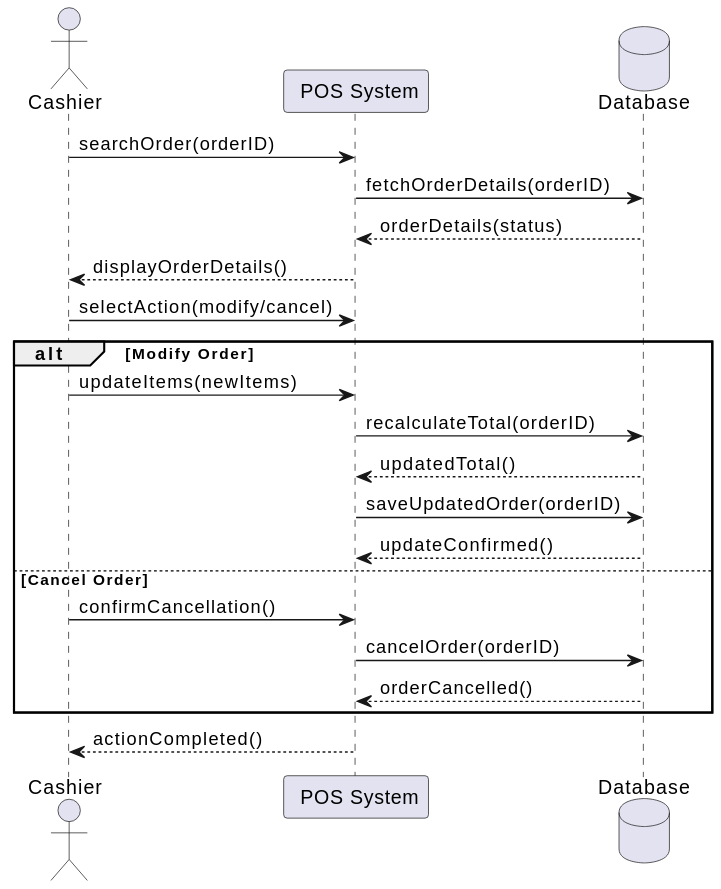
Earlier version of the PlantUML export sds/diagrams/export/sequence-UC-03.svg (seng31242-bkrestaurant-2026/documents). Its diagram source:
```plantuml
@startuml
actor Cashier

participant "️ POS System" as POS
database "️ Database" as DB

Cashier -> POS : searchOrder(orderID)

POS -> DB : fetchOrderDetails(orderID)
DB --> POS : orderDetails(status)

POS --> Cashier : displayOrderDetails()

Cashier -> POS : selectAction(modify/cancel)

alt Modify Order
    Cashier -> POS : updateItems(newItems)

    POS -> DB : recalculateTotal(orderID)
    DB --> POS : updatedTotal()

    POS -> DB : saveUpdatedOrder(orderID)
    DB --> POS : updateConfirmed()

else Cancel Order
    Cashier -> POS : confirmCancellation()

    POS -> DB : cancelOrder(orderID)
    DB --> POS : orderCancelled()
end

POS --> Cashier : actionCompleted()
@enduml
```
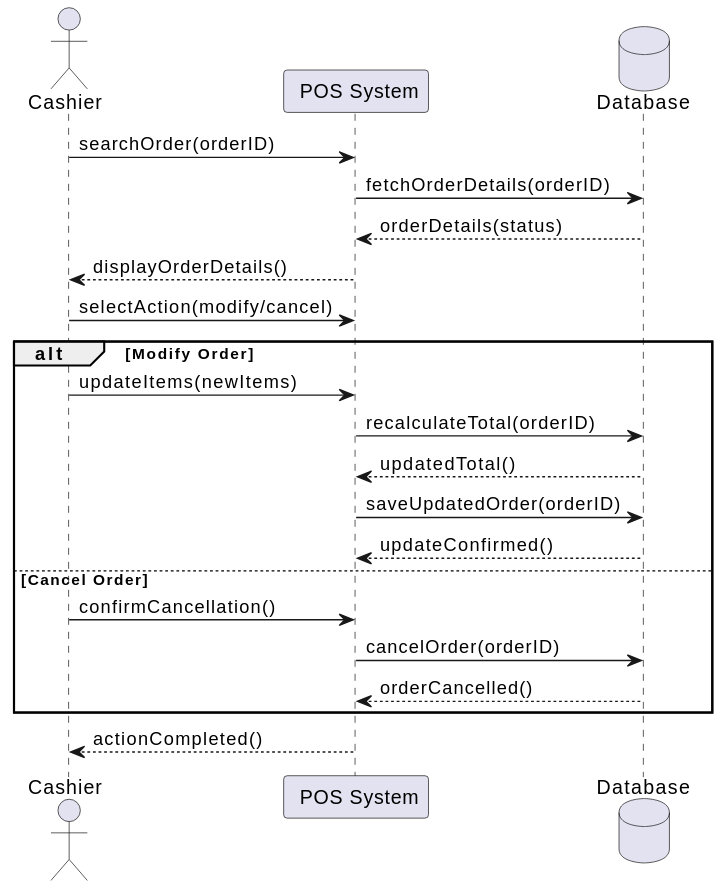
The same diagram one commit later.

What changed in the source:
```diff
@@ -1,8 +1,8 @@
 @startuml
 actor Cashier
 
-participant "️ POS System" as POS
-database "️ Database" as DB
+participant " POS System" as POS
+database " Database" as DB
 
 Cashier -> POS : searchOrder(orderID)
 
```
